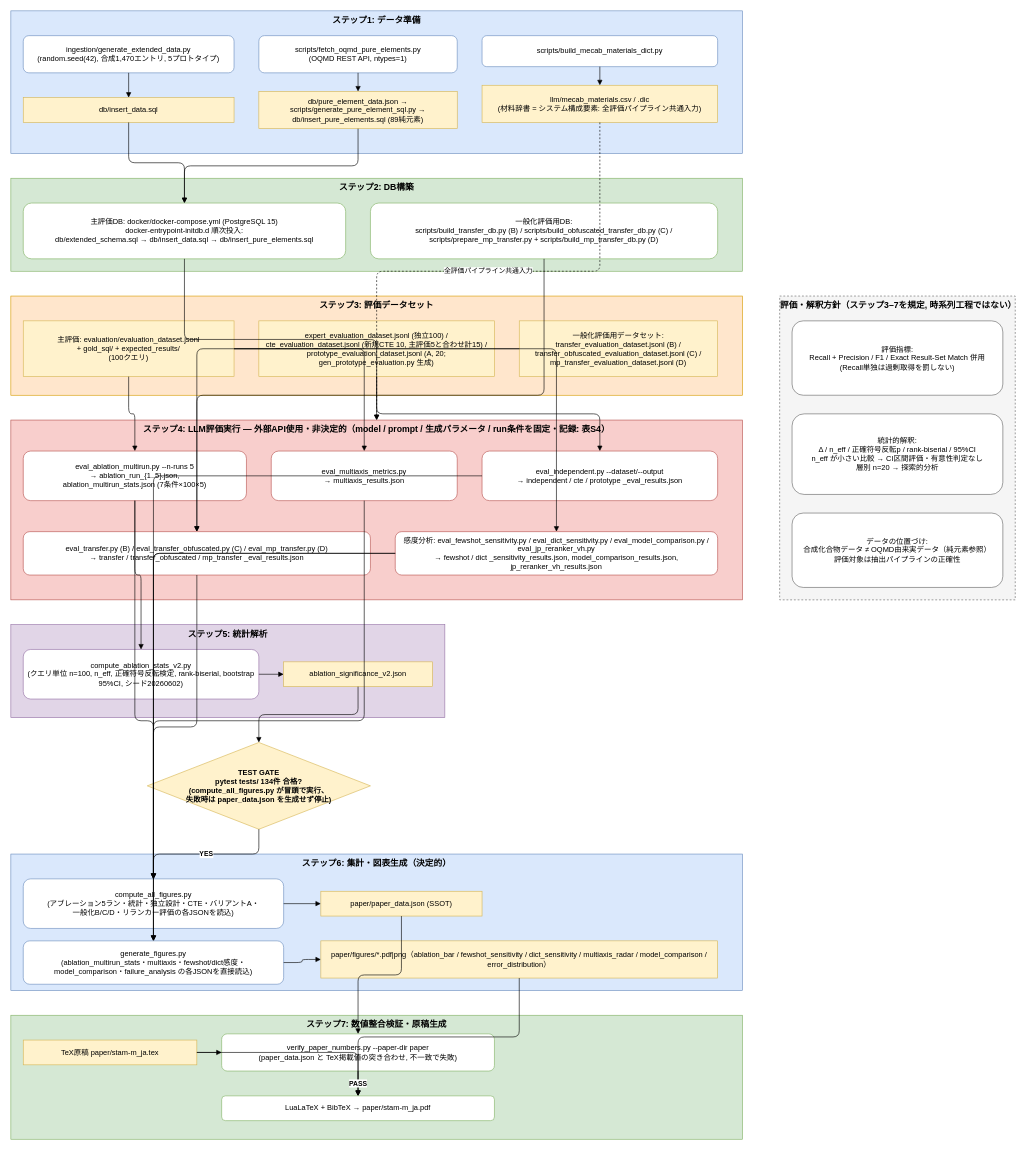
Above: l12-schema-graph-text2sql/paper/figures/workflow.drawio in minimumtone/machine-learning (draw.io), before the change. Source tidied: cells renumbered, new cells numbered last; positions are measured from the earlier drawing's top-left corner, leaving out a move shared by most shapes. Both pictures are drawn from the tidied source at 62%, with x=0, y=0 at pixel (11, 11).
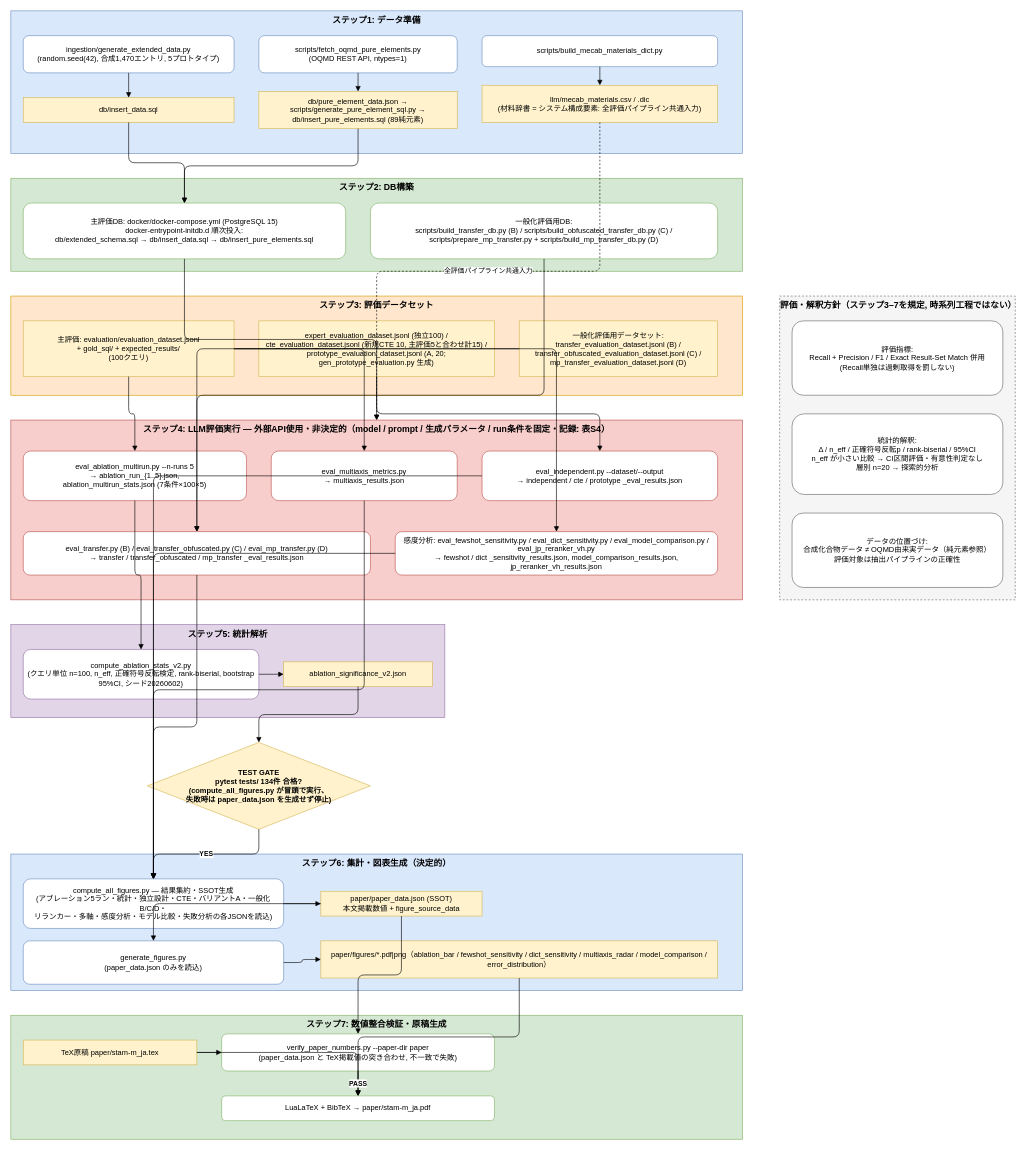
Above is the later version.

Commit message (it also covers changes not shown here):
refactor: paper_data.json を図の元データも含む真のSSOTに — generate_figures.py はSSOTのみ読込、図生成をテストゲート後段に

The change refers to these unchanged cells:
```xml
<mxCell id="22" value="eval_ablation_multirun.py --n-runs 5&#10;→ ablation_run_{1..5}.json,&#10;ablation_multirun_stats.json (7条件×100×5)" style="rounded=1;whiteSpace=wrap;html=1;fillColor=#ffffff;strokeColor=#b85450;" parent="1" vertex="1">
  <mxGeometry x="20" y="710" width="360" height="80" as="geometry" />
</mxCell>
<mxCell id="23" value="eval_multiaxis_metrics.py&#10;→ multiaxis_results.json" style="rounded=1;whiteSpace=wrap;html=1;fillColor=#ffffff;strokeColor=#b85450;" parent="1" vertex="1">
  <mxGeometry x="420" y="710" width="300" height="80" as="geometry" />
</mxCell>
<mxCell id="26" value="感度分析: eval_fewshot_sensitivity.py / eval_dict_sensitivity.py / eval_model_comparison.py / eval_jp_reranker_vh.py&#10;→ fewshot / dict _sensitivity_results.json, model_comparison_results.json, jp_reranker_vh_results.json" style="rounded=1;whiteSpace=wrap;html=1;fillColor=#ffffff;strokeColor=#b85450;" parent="1" vertex="1">
  <mxGeometry x="620" y="840" width="520" height="70" as="geometry" />
</mxCell>
```

Change to the diagram source:
```diff
@@
-    <mxCell id="43" value="compute_all_figures.py&#10;(アブレーション5ラン・統計・独立設計・CTE・バリアントA・&#10;一般化B/C/D・リランカー評価の各JSONを読込)" style="rounded=1;whiteSpace=wrap;html=1;fillColor=#ffffff;strokeColor=#6c8ebf;" parent="1" vertex="1">
+    <mxCell id="43" value="compute_all_figures.py — 結果集約・SSOT生成&#10;(アブレーション5ラン・統計・独立設計・CTE・バリアントA・一般化B/C/D・&#10;リランカー・多軸・感度分析・モデル比較・失敗分析の各JSONを読込)" style="rounded=1;whiteSpace=wrap;html=1;fillColor=#ffffff;strokeColor=#6c8ebf;" parent="1" vertex="1">
       <mxGeometry x="20" y="1400" width="420" height="80" as="geometry" />
     </mxCell>
-    <mxCell id="44" value="paper/paper_data.json (SSOT)" style="rounded=0;whiteSpace=wrap;html=1;fillColor=#fff2cc;strokeColor=#d6b656;" parent="1" vertex="1">
+    <mxCell id="44" value="paper/paper_data.json (SSOT)&#10;本文掲載数値 + figure_source_data" style="rounded=0;whiteSpace=wrap;html=1;fillColor=#fff2cc;strokeColor=#d6b656;" parent="1" vertex="1">
       <mxGeometry x="500" y="1420" width="260" height="40" as="geometry" />
     </mxCell>
-    <mxCell id="45" value="generate_figures.py&#10;(ablation_multirun_stats・multiaxis・fewshot/dict感度・&#10;model_comparison・failure_analysis の各JSONを直接読込)" style="rounded=1;whiteSpace=wrap;html=1;fillColor=#ffffff;strokeColor=#6c8ebf;" parent="1" vertex="1">
+    <mxCell id="45" value="generate_figures.py&#10;(paper_data.json のみを読込)" style="rounded=1;whiteSpace=wrap;html=1;fillColor=#ffffff;strokeColor=#6c8ebf;" parent="1" vertex="1">
       <mxGeometry x="20" y="1500" width="420" height="70" as="geometry" />
     </mxCell>
@@
-    <mxCell id="51" style="edgeStyle=orthogonalEdgeStyle;html=1;endArrow=block;" parent="1" edge="1" source="22" target="45">
-      <mxGeometry relative="1" as="geometry" />
-    </mxCell>
-    <mxCell id="52" style="edgeStyle=orthogonalEdgeStyle;html=1;endArrow=block;" parent="1" edge="1" source="23" target="45">
-      <mxGeometry relative="1" as="geometry" />
-    </mxCell>
-    <mxCell id="53" style="edgeStyle=orthogonalEdgeStyle;html=1;endArrow=block;" parent="1" edge="1" source="26" target="45">
-      <mxGeometry relative="1" as="geometry" />
-    </mxCell>
+    <mxCell id="69" style="edgeStyle=orthogonalEdgeStyle;html=1;endArrow=block;" parent="1" edge="1" source="23" target="43">
+      <mxGeometry relative="1" as="geometry" />
+    </mxCell>
+    <mxCell id="70" style="edgeStyle=orthogonalEdgeStyle;html=1;endArrow=block;" parent="1" edge="1" source="44" target="45">
+      <mxGeometry relative="1" as="geometry" />
+    </mxCell>
```
